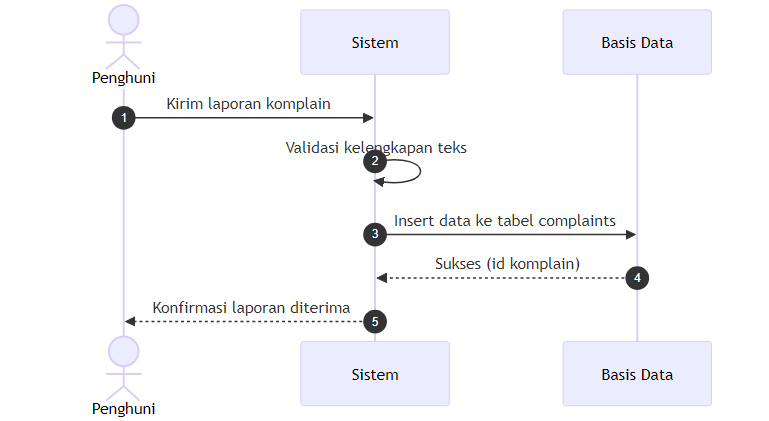
This is docs/diagrams/13_sequence_diagram_ajukan_komplain.png from ahmadyasser72/tem-2, a Mermaid export, as it was before one commit. Its source is kept beside it as docs/diagrams/13_sequence_diagram_ajukan_komplain.mmd. Its diagram source:
```mermaid
sequenceDiagram
    autonumber
    actor Penghuni
    participant Sistem
    participant Basis Data

    Penghuni->>Sistem: Kirim laporan komplain
    Sistem->>Sistem: Validasi kelengkapan teks
    Sistem->>Basis Data: Insert data ke tabel complaints
    Basis Data-->>Sistem: Sukses (id komplain)
    Sistem-->>Penghuni: Konfirmasi laporan diterima
```
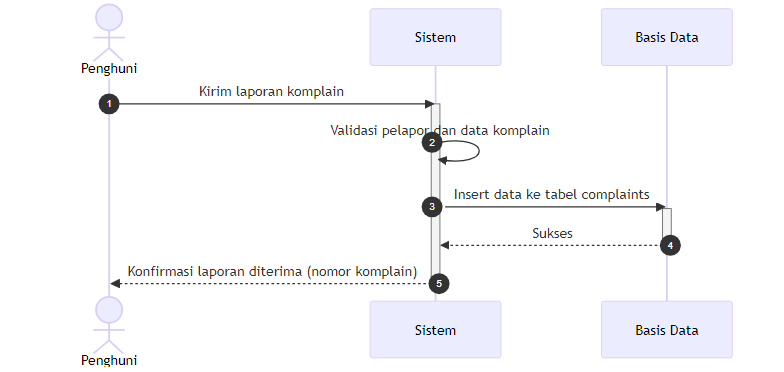
After the change.

The edit, as a diff of the source:
```diff
@@ -5,7 +5,11 @@
     participant Basis Data
 
     Penghuni->>Sistem: Kirim laporan komplain
-    Sistem->>Sistem: Validasi kelengkapan teks
+    activate Sistem
+    Sistem->>Sistem: Validasi pelapor dan data komplain
     Sistem->>Basis Data: Insert data ke tabel complaints
-    Basis Data-->>Sistem: Sukses (id komplain)
-    Sistem-->>Penghuni: Konfirmasi laporan diterima
+    activate Basis Data
+    Basis Data-->>Sistem: Sukses
+    deactivate Basis Data
+    Sistem-->>Penghuni: Konfirmasi laporan diterima (nomor komplain)
+    deactivate Sistem
```
